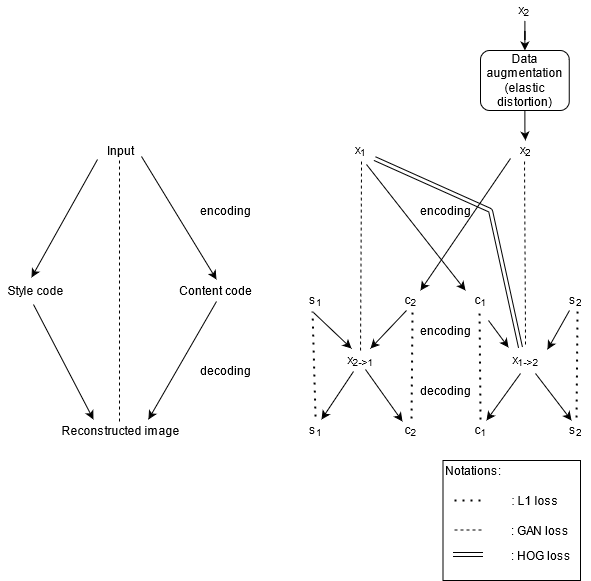
Before: images/model-overview.png, a diagram exported from draw.io (chickenfingerwu/thesis). Source tidied: cells renumbered, new cells last; positions are measured from the earlier drawing's top-left corner, leaving out a move shared by most shapes.
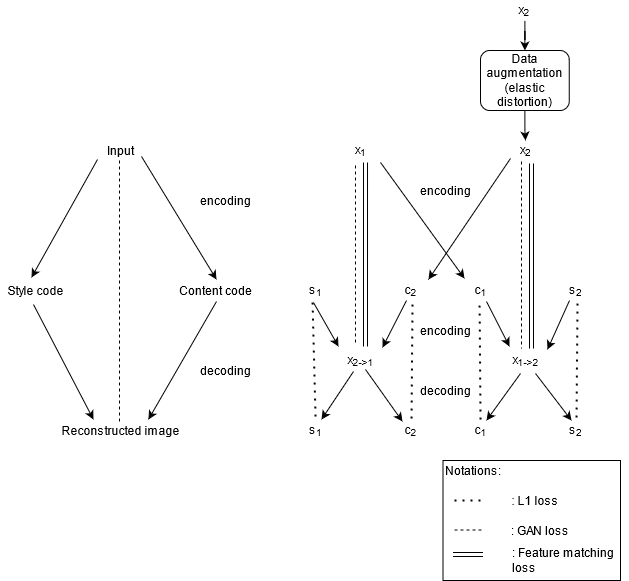
Later version of the same file.

Change to the diagram source:
```diff
@@ -33,10 +33,10 @@
       <mxGeometry x="345" y="140" width="30" height="20" as="geometry" />
     </mxCell>
     <mxCell id="12" value="s&lt;sub&gt;1&lt;/sub&gt;" style="text;html=1;align=center;verticalAlign=middle;points=[];strokeColor=none;" parent="1" vertex="1">
-      <mxGeometry x="300" y="290" width="30" height="20" as="geometry" />
+      <mxGeometry x="300" y="280" width="30" height="20" as="geometry" />
     </mxCell>
     <mxCell id="13" value="c&lt;sub&gt;2&lt;/sub&gt;" style="text;html=1;align=center;verticalAlign=middle;points=[];strokeColor=none;" parent="1" vertex="1">
-      <mxGeometry x="395" y="290" width="30" height="20" as="geometry" />
+      <mxGeometry x="395" y="280" width="30" height="20" as="geometry" />
     </mxCell>
     <mxCell id="14" value="x&lt;sub&gt;2-&amp;gt;1&lt;/sub&gt;" style="text;html=1;align=center;verticalAlign=middle;points=[];strokeColor=none;" parent="1" vertex="1">
       <mxGeometry x="340" y="350" width="40" height="20" as="geometry" />
@@ -51,10 +51,10 @@
       <mxGeometry x="510" y="140" width="30" height="20" as="geometry" />
     </mxCell>
     <mxCell id="18" value="c&lt;sub&gt;1&lt;/sub&gt;" style="text;html=1;align=center;verticalAlign=middle;points=[];strokeColor=none;" parent="1" vertex="1">
-      <mxGeometry x="465" y="290" width="30" height="20" as="geometry" />
+      <mxGeometry x="465" y="280" width="30" height="20" as="geometry" />
     </mxCell>
     <mxCell id="19" value="s&lt;sub&gt;2&lt;/sub&gt;" style="text;html=1;align=center;verticalAlign=middle;points=[];strokeColor=none;" parent="1" vertex="1">
-      <mxGeometry x="560" y="290" width="30" height="20" as="geometry" />
+      <mxGeometry x="560" y="280" width="30" height="20" as="geometry" />
     </mxCell>
     <mxCell id="20" value="x&lt;sub&gt;1-&amp;gt;2&lt;/sub&gt;" style="text;html=1;align=center;verticalAlign=middle;points=[];strokeColor=none;" parent="1" vertex="1">
       <mxGeometry x="505" y="350" width="40" height="20" as="geometry" />
@@ -67,18 +67,19 @@
     </mxCell>
     <mxCell id="23" style="endArrow=classic;html=1;exitX=0;exitY=0.9;exitDx=0;exitDy=0;exitPerimeter=0;" parent="1" edge="1" source="17">
       <mxGeometry relative="1" as="geometry">
-        <mxPoint x="420" y="290" as="targetPoint" />
+        <mxPoint x="428" y="279" as="targetPoint" />
       </mxGeometry>
     </mxCell>
-    <mxCell id="24" style="endArrow=classic;html=1;exitX=0.367;exitY=1;exitDx=0;exitDy=0;exitPerimeter=0;entryX=0.75;entryY=-0.1;entryDx=0;entryDy=0;entryPerimeter=0;" parent="1" edge="1" source="13" target="14">
+    <mxCell id="24" style="endArrow=classic;html=1;exitX=0.367;exitY=1;exitDx=0;exitDy=0;exitPerimeter=0;entryX=1.05;entryY=-0.15;entryDx=0;entryDy=0;entryPerimeter=0;" parent="1" edge="1" source="13" target="14">
       <mxGeometry relative="1" as="geometry" />
     </mxCell>
-    <mxCell id="25" style="endArrow=none;dashed=1;html=1;exitX=0.467;exitY=1.05;exitDx=0;exitDy=0;exitPerimeter=0;" parent="1" edge="1" source="17">
+    <mxCell id="25" style="endArrow=none;dashed=1;html=1;entryX=0.3;entryY=-0.1;entryDx=0;entryDy=0;entryPerimeter=0;" parent="1" edge="1">
       <mxGeometry relative="1" as="geometry">
-        <mxPoint x="525" y="346" as="targetPoint" />
+        <mxPoint x="521" y="161" as="sourcePoint" />
+        <mxPoint x="521" y="348" as="targetPoint" />
       </mxGeometry>
     </mxCell>
-    <mxCell id="26" style="endArrow=classic;html=1;exitX=0.433;exitY=1.1;exitDx=0;exitDy=0;exitPerimeter=0;entryX=0.275;entryY=-0.1;entryDx=0;entryDy=0;entryPerimeter=0;" parent="1" edge="1" source="12" target="14">
+    <mxCell id="26" style="endArrow=classic;html=1;exitX=0.433;exitY=1.1;exitDx=0;exitDy=0;exitPerimeter=0;entryX=-0.05;entryY=-0.2;entryDx=0;entryDy=0;entryPerimeter=0;" parent="1" edge="1" source="12" target="14">
       <mxGeometry relative="1" as="geometry" />
     </mxCell>
     <mxCell id="27" style="endArrow=none;dashed=1;html=1;dashPattern=1 3;strokeWidth=2;entryX=0.567;entryY=1.05;entryDx=0;entryDy=0;entryPerimeter=0;exitX=0.533;exitY=-0.1;exitDx=0;exitDy=0;exitPerimeter=0;" parent="1" edge="1" source="16" target="13">
@@ -87,16 +88,16 @@
     <mxCell id="28" style="endArrow=none;dashed=1;html=1;dashPattern=1 3;strokeWidth=2;entryX=0.4;entryY=1.05;entryDx=0;entryDy=0;entryPerimeter=0;exitX=0.5;exitY=-0.2;exitDx=0;exitDy=0;exitPerimeter=0;" parent="1" edge="1" source="15" target="12">
       <mxGeometry relative="1" as="geometry" />
     </mxCell>
-    <mxCell id="29" style="endArrow=classic;html=1;exitX=0.7;exitY=1.2;exitDx=0;exitDy=0;exitPerimeter=0;entryX=0;entryY=0;entryDx=0;entryDy=0;entryPerimeter=0;" parent="1" edge="1" source="11" target="18">
+    <mxCell id="29" style="endArrow=classic;html=1;exitX=1.167;exitY=1.1;exitDx=0;exitDy=0;exitPerimeter=0;entryX=-0.033;entryY=-0.1;entryDx=0;entryDy=0;entryPerimeter=0;" parent="1" edge="1" source="11" target="18">
       <mxGeometry relative="1" as="geometry" />
     </mxCell>
-    <mxCell id="30" style="endArrow=classic;html=1;entryX=0.075;entryY=-0.15;entryDx=0;entryDy=0;entryPerimeter=0;" parent="1" edge="1" target="20">
-      <mxGeometry relative="1" as="geometry">
-        <mxPoint x="488" y="320" as="sourcePoint" />
-      </mxGeometry>
+    <mxCell id="30" style="endArrow=classic;html=1;entryX=0.1;entryY=-0.2;entryDx=0;entryDy=0;entryPerimeter=0;exitX=0.7;exitY=1.05;exitDx=0;exitDy=0;exitPerimeter=0;" parent="1" edge="1" source="18" target="20">
+      <mxGeometry relative="1" as="geometry" />
     </mxCell>
-    <mxCell id="31" style="endArrow=classic;html=1;exitX=0.3;exitY=1;exitDx=0;exitDy=0;exitPerimeter=0;entryX=1.05;entryY=-0.05;entryDx=0;entryDy=0;entryPerimeter=0;" parent="1" edge="1" source="19" target="20">
-      <mxGeometry relative="1" as="geometry" />
+    <mxCell id="31" style="endArrow=classic;html=1;exitX=0.3;exitY=1;exitDx=0;exitDy=0;exitPerimeter=0;" parent="1" edge="1" source="19">
+      <mxGeometry relative="1" as="geometry">
+        <mxPoint x="547" y="349" as="targetPoint" />
+      </mxGeometry>
     </mxCell>
     <mxCell id="32" style="endArrow=none;dashed=1;html=1;dashPattern=1 3;strokeWidth=2;exitX=0.5;exitY=-0.05;exitDx=0;exitDy=0;exitPerimeter=0;entryX=0.467;entryY=1;entryDx=0;entryDy=0;entryPerimeter=0;" parent="1" edge="1" source="21" target="18">
       <mxGeometry relative="1" as="geometry" />
@@ -119,13 +120,13 @@
       <mxGeometry relative="1" as="geometry" />
     </mxCell>
     <mxCell id="38" value="encoding" style="text;html=1;align=center;verticalAlign=middle;strokeColor=none;" parent="1" vertex="1">
-      <mxGeometry x="190" y="200" width="70" height="20" as="geometry" />
+      <mxGeometry x="190" y="190" width="70" height="20" as="geometry" />
     </mxCell>
     <mxCell id="39" value="decoding" style="text;html=1;align=center;verticalAlign=middle;strokeColor=none;" parent="1" vertex="1">
       <mxGeometry x="190" y="360" width="70" height="20" as="geometry" />
     </mxCell>
     <mxCell id="40" value="encoding" style="text;html=1;align=center;verticalAlign=middle;strokeColor=none;" parent="1" vertex="1">
-      <mxGeometry x="410" y="200" width="70" height="20" as="geometry" />
+      <mxGeometry x="410" y="180" width="70" height="20" as="geometry" />
     </mxCell>
     <mxCell id="41" value="decoding" style="text;html=1;align=center;verticalAlign=middle;strokeColor=none;" parent="1" vertex="1">
       <mxGeometry x="410" y="380" width="70" height="20" as="geometry" />
@@ -134,7 +135,7 @@
       <mxGeometry x="410" y="320" width="70" height="20" as="geometry" />
     </mxCell>
     <mxCell id="43" style="rounded=0;whiteSpace=wrap;html=1;" parent="1" vertex="1">
-      <mxGeometry x="442.5" y="460" width="137.5" height="120" as="geometry" />
+      <mxGeometry x="442.5" y="460" width="177.5" height="120" as="geometry" />
     </mxCell>
     <mxCell id="44" value="Notations:" style="text;html=1;strokeColor=none;fillColor=none;align=center;verticalAlign=middle;whiteSpace=wrap;rounded=0;" parent="1" vertex="1">
       <mxGeometry x="452.5" y="460" width="40" height="20" as="geometry" />
@@ -163,9 +164,10 @@
     <mxCell id="50" value="&lt;div&gt;Data augmentation (elastic distortion)&lt;br&gt;&lt;/div&gt;" style="rounded=1;whiteSpace=wrap;html=1;" parent="1" vertex="1">
       <mxGeometry x="480" y="50" width="88.8" height="60" as="geometry" />
     </mxCell>
-    <mxCell id="51" style="endArrow=none;dashed=1;html=1;entryX=0.533;entryY=1;entryDx=0;entryDy=0;entryPerimeter=0;" parent="1" edge="1" target="11">
+    <mxCell id="51" style="endArrow=none;dashed=1;html=1;" parent="1" edge="1">
       <mxGeometry relative="1" as="geometry">
-        <mxPoint x="360" y="350" as="sourcePoint" />
+        <mxPoint x="355" y="342" as="sourcePoint" />
+        <mxPoint x="355" y="164" as="targetPoint" />
       </mxGeometry>
     </mxCell>
     <mxCell id="52" style="edgeStyle=orthogonalEdgeStyle;rounded=0;jettySize=auto;html=1;entryX=0.5;entryY=0;entryDx=0;entryDy=0;" parent="1" edge="1" source="53" target="50">
@@ -174,13 +176,8 @@
     <mxCell id="53" value="x&lt;sub&gt;2&lt;/sub&gt;" style="text;html=1;strokeColor=none;fillColor=none;align=center;verticalAlign=middle;whiteSpace=wrap;rounded=0;" parent="1" vertex="1">
       <mxGeometry x="504.4" width="40" height="20" as="geometry" />
     </mxCell>
-    <mxCell id="54" style="shape=link;html=1;exitX=0.967;exitY=0.9;exitDx=0;exitDy=0;exitPerimeter=0;" parent="1" edge="1" source="11">
-      <mxGeometry relative="1" as="geometry">
-        <mxPoint x="520" y="347" as="targetPoint" />
-        <Array as="points">
-          <mxPoint x="490" y="210" />
-        </Array>
-      </mxGeometry>
+    <mxCell id="54" style="shape=link;html=1;exitX=0.7;exitY=1.15;exitDx=0;exitDy=0;exitPerimeter=0;entryX=0.65;entryY=-0.1;entryDx=0;entryDy=0;entryPerimeter=0;" parent="1" edge="1" source="17" target="20">
+      <mxGeometry relative="1" as="geometry" />
     </mxCell>
     <mxCell id="55" style="shape=link;html=1;" parent="1" edge="1">
       <mxGeometry relative="1" as="geometry">
@@ -188,8 +185,13 @@
         <mxPoint x="482.5" y="554" as="targetPoint" />
       </mxGeometry>
     </mxCell>
-    <mxCell id="56" value=": HOG loss" style="text;html=1;strokeColor=none;fillColor=none;align=center;verticalAlign=middle;whiteSpace=wrap;rounded=0;" parent="1" vertex="1">
-      <mxGeometry x="501" y="545" width="80" height="20" as="geometry" />
+    <mxCell id="56" value="&lt;div align=&quot;left&quot;&gt;: Feature matching loss&lt;/div&gt;" style="text;html=1;strokeColor=none;fillColor=none;align=left;verticalAlign=middle;whiteSpace=wrap;rounded=0;" parent="1" vertex="1">
+      <mxGeometry x="510" y="550" width="117.5" height="20" as="geometry" />
     </mxCell>
+    <mxCell id="57" style="shape=link;html=1;exitX=0.667;exitY=1.1;exitDx=0;exitDy=0;exitPerimeter=0;" parent="1" edge="1" source="11">
+      <mxGeometry relative="1" as="geometry">
+        <mxPoint x="365" y="346" as="targetPoint" />
+      </mxGeometry>
+    </mxCell>
   </root>
 </mxGraphModel>
```
